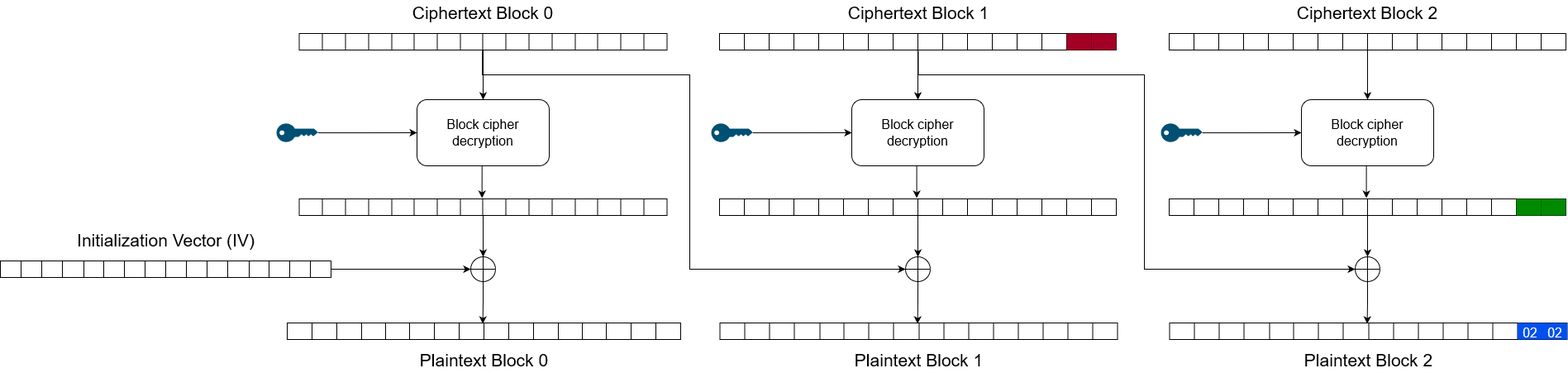
Above: content/cryptography/aes_padding_oracle_i/images/aes-cbc-padding-oracle-2.png in dubs3c/Dojo (draw.io), before the change. Source tidied: cells renumbered, new cells last; positions are measured from the earlier drawing's top-left corner, leaving out a move shared by most shapes.
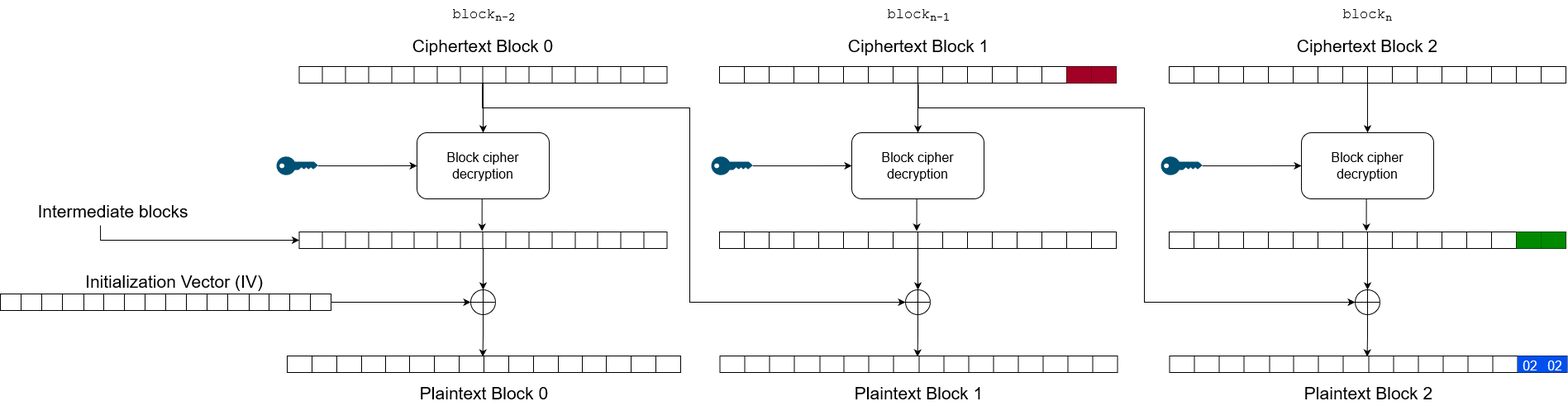
Later version of the same file.

What changed in the source:
```diff
@@ -141,8 +141,11 @@
     <mxCell id="45" value="Ciphertext Block 0" style="text;html=1;strokeColor=none;fillColor=none;align=center;verticalAlign=middle;whiteSpace=wrap;rounded=0;fontSize=21;" parent="1" vertex="1">
       <mxGeometry x="489" width="190" height="30" as="geometry" />
     </mxCell>
+    <mxCell id="222" style="edgeStyle=orthogonalEdgeStyle;rounded=0;jettySize=auto;html=1;exitX=0.437;exitY=1.067;exitDx=0;exitDy=0;exitPerimeter=0;" parent="1" edge="1" source="46" target="49">
+      <mxGeometry relative="1" as="geometry" />
+    </mxCell>
-    <mxCell id="46" value="Initialization Vector (IV)" style="text;html=1;strokeColor=none;fillColor=none;align=center;verticalAlign=middle;whiteSpace=wrap;rounded=0;fontSize=21;" parent="1" vertex="1">
-      <mxGeometry x="77.5" y="275" width="245" height="30" as="geometry" />
+    <mxCell id="46" value="Intermediate blocks" style="text;html=1;strokeColor=none;fillColor=none;align=center;verticalAlign=middle;whiteSpace=wrap;rounded=0;fontSize=21;" parent="1" vertex="1">
+      <mxGeometry x="14" y="200" width="245" height="30" as="geometry" />
     </mxCell>
     <mxCell id="47" style="edgeStyle=orthogonalEdgeStyle;rounded=0;jettySize=auto;html=1;fontSize=21;" parent="1" edge="1" source="48">
       <mxGeometry relative="1" as="geometry">
@@ -338,7 +341,7 @@
     <mxCell id="108" style="shape=partialRectangle;html=1;whiteSpace=wrap;overflow=hidden;fillColor=none;top=0;left=0;bottom=0;right=0;fontSize=16;" parent="94" vertex="1">
       <mxGeometry x="390" width="30" height="20" as="geometry" />
     </mxCell>
-    <mxCell id="109" value="&#10;&#10;&lt;div style=&quot;color: rgb(201, 209, 217); background-color: rgb(13, 17, 23); font-family: &amp;quot;consolas&amp;quot;, &amp;quot;courier new&amp;quot;, monospace; font-weight: normal; font-size: 14px; line-height: 19px;&quot;&gt;&lt;div&gt;&lt;span style=&quot;color: #c9d1d9&quot;&gt;\&lt;/span&gt;&lt;/div&gt;&lt;/div&gt;&#10;&#10;" style="shape=partialRectangle;html=1;whiteSpace=wrap;overflow=hidden;fillColor=#a20025;top=0;left=0;bottom=0;right=0;fontSize=16;fontColor=#ffffff;strokeColor=#6F0000;" parent="94" vertex="1">
+    <mxCell id="109" value="&amp;nbsp;" style="shape=partialRectangle;html=1;whiteSpace=wrap;overflow=hidden;fillColor=#a20025;top=0;left=0;bottom=0;right=0;fontSize=16;fontColor=#ffffff;strokeColor=#6F0000;" parent="94" vertex="1">
       <mxGeometry x="420" width="30" height="20" as="geometry" />
     </mxCell>
     <mxCell id="110" style="shape=partialRectangle;html=1;whiteSpace=wrap;overflow=hidden;fillColor=#a20025;top=0;left=0;bottom=0;right=0;fontSize=16;strokeColor=#6F0000;fontColor=#ffffff;" parent="94" vertex="1">
@@ -681,5 +684,17 @@
     <mxCell id="221" value="&lt;div&gt;Plaintext Block 2&lt;/div&gt;" style="text;html=1;strokeColor=none;fillColor=none;align=center;verticalAlign=middle;whiteSpace=wrap;rounded=0;fontSize=21;" parent="1" vertex="1">
       <mxGeometry x="1532.5" y="420" width="245" height="30" as="geometry" />
     </mxCell>
+    <mxCell id="223" value="Initialization Vector (IV)" style="text;html=1;strokeColor=none;fillColor=none;align=center;verticalAlign=middle;whiteSpace=wrap;rounded=0;fontSize=21;" parent="1" vertex="1">
+      <mxGeometry x="87.5" y="285" width="245" height="30" as="geometry" />
+    </mxCell>
+    <mxCell id="224" value="&lt;font style=&quot;font-size: 17px&quot; face=&quot;Courier New&quot;&gt;block&lt;sub&gt;n-1&lt;/sub&gt;&lt;/font&gt;" style="text;html=1;strokeColor=none;fillColor=none;align=center;verticalAlign=middle;whiteSpace=wrap;rounded=0;fontSize=21;" parent="1" vertex="1">
+      <mxGeometry x="1016" y="-40" width="190" height="30" as="geometry" />
+    </mxCell>
+    <mxCell id="225" value="&lt;div&gt;&lt;font style=&quot;font-size: 17px&quot; face=&quot;Courier New&quot;&gt;block&lt;sub&gt;n&lt;/sub&gt;&lt;/font&gt;&lt;/div&gt;" style="text;html=1;strokeColor=none;fillColor=none;align=center;verticalAlign=middle;whiteSpace=wrap;rounded=0;fontSize=21;" parent="1" vertex="1">
+      <mxGeometry x="1559" y="-40" width="190" height="30" as="geometry" />
+    </mxCell>
+    <mxCell id="226" value="&lt;div&gt;&lt;font style=&quot;font-size: 17px&quot; face=&quot;Courier New&quot;&gt;block&lt;sub&gt;n-2&lt;/sub&gt;&lt;/font&gt;&lt;/div&gt;" style="text;html=1;strokeColor=none;fillColor=none;align=center;verticalAlign=middle;whiteSpace=wrap;rounded=0;fontSize=21;" parent="1" vertex="1">
+      <mxGeometry x="490" y="-40" width="190" height="30" as="geometry" />
+    </mxCell>
   </root>
 </mxGraphModel>
```
